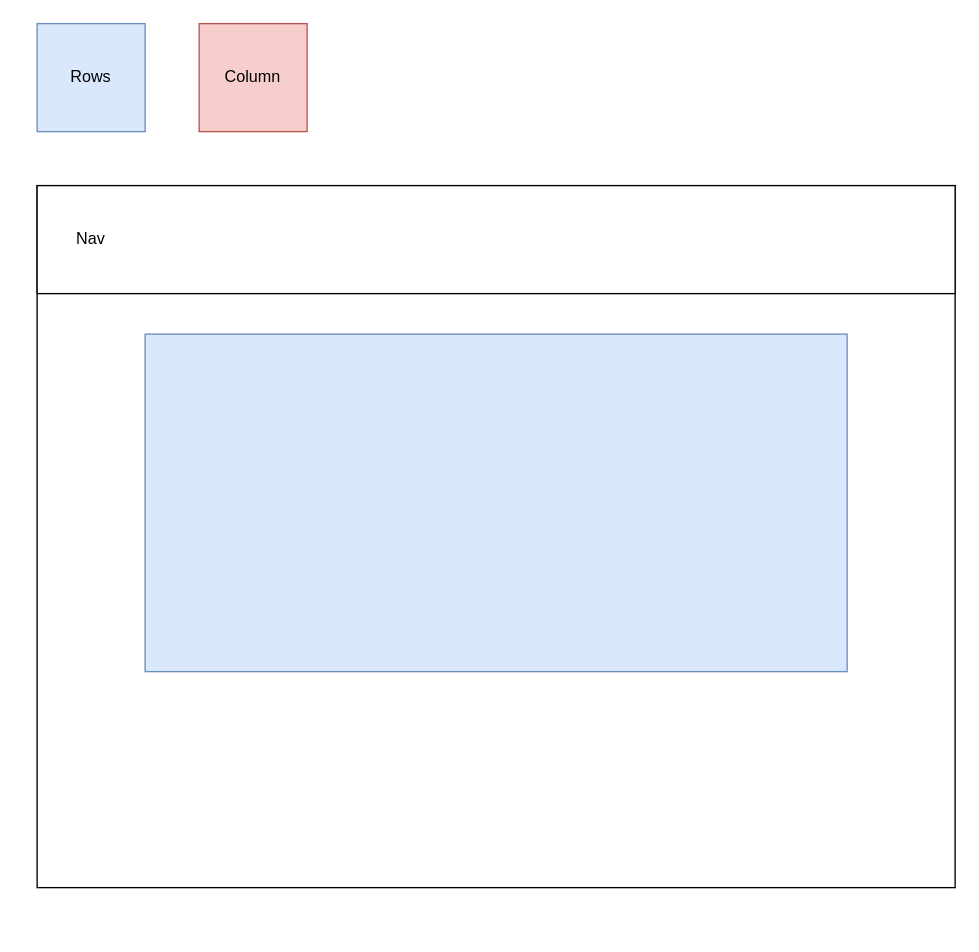
Above: CSS-Bootstrap-Homework.drawio in lpolanco123/CSS-Bootstrap-Homework (draw.io), before the change. Source tidied: cells renumbered, new cells numbered last; positions are measured from the earlier drawing's top-left corner, leaving out a move shared by most shapes. Both pictures are drawn from the tidied source at 135%, with x=0, y=0 at pixel (36, 23).
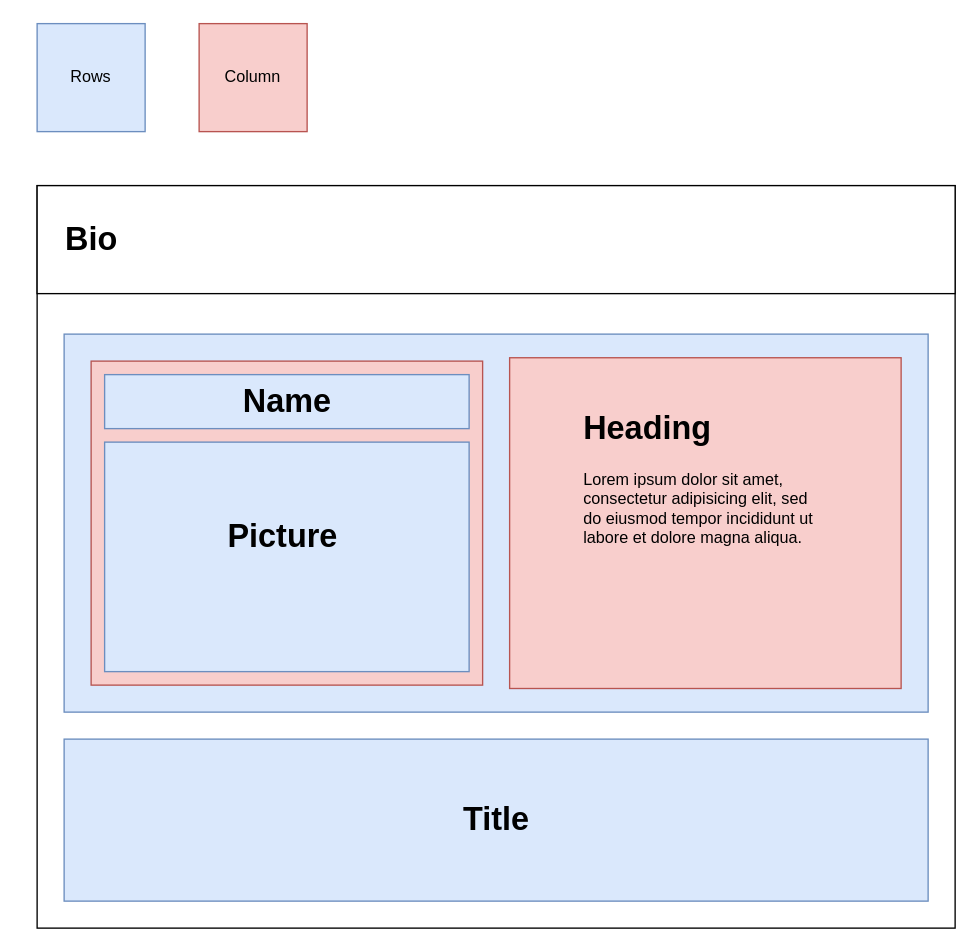
The same page after the edit.

Diff of the diagram source:
```diff
@@
 <mxGraphModel>
   <root>
     <mxCell id="0" />
     <mxCell id="1" parent="0" />
     <mxCell id="2" style="rounded=0;whiteSpace=wrap;html=1;" parent="1" vertex="1">
-      <mxGeometry y="120" width="680" height="520" as="geometry" />
+      <mxGeometry y="120" width="680" height="550" as="geometry" />
     </mxCell>
     <mxCell id="3" style="rounded=0;whiteSpace=wrap;html=1;" parent="1" vertex="1">
       <mxGeometry y="120" width="680" height="80" as="geometry" />
     </mxCell>
-    <mxCell id="4" value="Nav" style="text;html=1;strokeColor=none;fillColor=none;align=center;verticalAlign=middle;whiteSpace=wrap;rounded=0;" parent="1" vertex="1">
-      <mxGeometry x="20" y="150" width="40" height="20" as="geometry" />
-    </mxCell>
     <mxCell id="5" style="rounded=0;whiteSpace=wrap;html=1;fillColor=#dae8fc;strokeColor=#6c8ebf;" parent="1" vertex="1">
-      <mxGeometry x="80" y="230" width="520" height="250" as="geometry" />
+      <mxGeometry x="20" y="230" width="640" height="280" as="geometry" />
     </mxCell>
     <mxCell id="6" style="whiteSpace=wrap;html=1;fillColor=#dae8fc;strokeColor=#6c8ebf;" parent="1" vertex="1">
       <mxGeometry width="80" height="80" as="geometry" />
     </mxCell>
     <mxCell id="7" value="Rows" style="text;html=1;strokeColor=none;fillColor=none;align=center;verticalAlign=middle;whiteSpace=wrap;rounded=0;" parent="1" vertex="1">
       <mxGeometry x="20" y="30" width="40" height="20" as="geometry" />
     </mxCell>
     <mxCell id="8" style="whiteSpace=wrap;html=1;fillColor=#f8cecc;strokeColor=#b85450;" parent="1" vertex="1">
       <mxGeometry x="120" width="80" height="80" as="geometry" />
     </mxCell>
     <mxCell id="9" value="Column" style="text;html=1;strokeColor=none;fillColor=none;align=center;verticalAlign=middle;whiteSpace=wrap;rounded=0;" parent="1" vertex="1">
       <mxGeometry x="140" y="30" width="40" height="20" as="geometry" />
     </mxCell>
+    <mxCell id="10" value="Bio" style="text;strokeColor=none;fillColor=none;html=1;fontSize=24;fontStyle=1;verticalAlign=middle;align=center;" parent="1" vertex="1">
+      <mxGeometry x="-10" y="140" width="100" height="40" as="geometry" />
+    </mxCell>
+    <mxCell id="11" style="rounded=0;whiteSpace=wrap;html=1;fillColor=#f8cecc;strokeColor=#b85450;" parent="1" vertex="1">
+      <mxGeometry x="350" y="247.5" width="290" height="245" as="geometry" />
+    </mxCell>
+    <mxCell id="12" style="rounded=0;whiteSpace=wrap;html=1;fillColor=#f8cecc;strokeColor=#b85450;" parent="1" vertex="1">
+      <mxGeometry x="40" y="250" width="290" height="240" as="geometry" />
+    </mxCell>
+    <mxCell id="13" style="rounded=0;whiteSpace=wrap;html=1;fillColor=#dae8fc;strokeColor=#6c8ebf;" parent="1" vertex="1">
+      <mxGeometry x="50" y="260" width="270" height="40" as="geometry" />
+    </mxCell>
+    <mxCell id="14" style="rounded=0;whiteSpace=wrap;html=1;fillColor=#dae8fc;strokeColor=#6c8ebf;" parent="1" vertex="1">
+      <mxGeometry x="50" y="310" width="270" height="170" as="geometry" />
+    </mxCell>
+    <mxCell id="15" value="Picture&amp;nbsp;" style="text;strokeColor=none;fillColor=none;html=1;fontSize=24;fontStyle=1;verticalAlign=middle;align=center;" parent="1" vertex="1">
+      <mxGeometry x="135" y="360" width="100" height="40" as="geometry" />
+    </mxCell>
+    <mxCell id="16" value="&lt;h1&gt;&lt;br&gt;&lt;/h1&gt;" style="text;html=1;strokeColor=none;fillColor=none;spacing=5;spacingTop=-20;whiteSpace=wrap;overflow=hidden;rounded=0;" parent="1" vertex="1">
+      <mxGeometry x="370" y="260" width="190" height="120" as="geometry" />
+    </mxCell>
+    <mxCell id="17" value="Name" style="text;strokeColor=none;fillColor=none;html=1;fontSize=24;fontStyle=1;verticalAlign=middle;align=center;" parent="1" vertex="1">
+      <mxGeometry x="135" y="260" width="100" height="40" as="geometry" />
+    </mxCell>
+    <mxCell id="18" value="&lt;h1&gt;Heading&lt;/h1&gt;&lt;p&gt;Lorem ipsum dolor sit amet, consectetur adipisicing elit, sed do eiusmod tempor incididunt ut labore et dolore magna aliqua.&lt;/p&gt;" style="text;html=1;strokeColor=none;fillColor=none;spacing=5;spacingTop=-20;whiteSpace=wrap;overflow=hidden;rounded=0;" parent="1" vertex="1">
+      <mxGeometry x="400" y="280" width="190" height="120" as="geometry" />
+    </mxCell>
+    <mxCell id="19" style="rounded=0;whiteSpace=wrap;html=1;fillColor=#dae8fc;strokeColor=#6c8ebf;" parent="1" vertex="1">
+      <mxGeometry x="20" y="530" width="640" height="120" as="geometry" />
+    </mxCell>
+    <mxCell id="20" value="Title" style="text;strokeColor=none;fillColor=none;html=1;fontSize=24;fontStyle=1;verticalAlign=middle;align=center;" parent="1" vertex="1">
+      <mxGeometry x="290" y="570" width="100" height="40" as="geometry" />
+    </mxCell>
   </root>
 </mxGraphModel>
```
